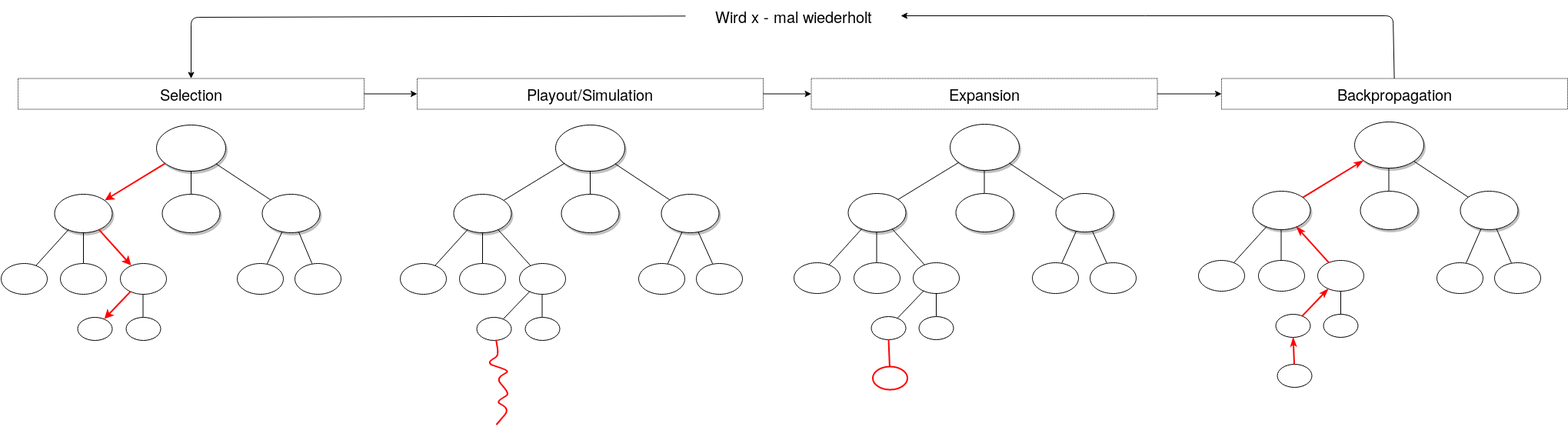
fnehmer/haw-is-assignment keeps this draw.io diagram as Präsentation/assets/mcts.png. Above is the earlier version. Source tidied: cells renumbered, new cells last; positions are measured from the earlier drawing's top-left corner, leaving out a move shared by most shapes.
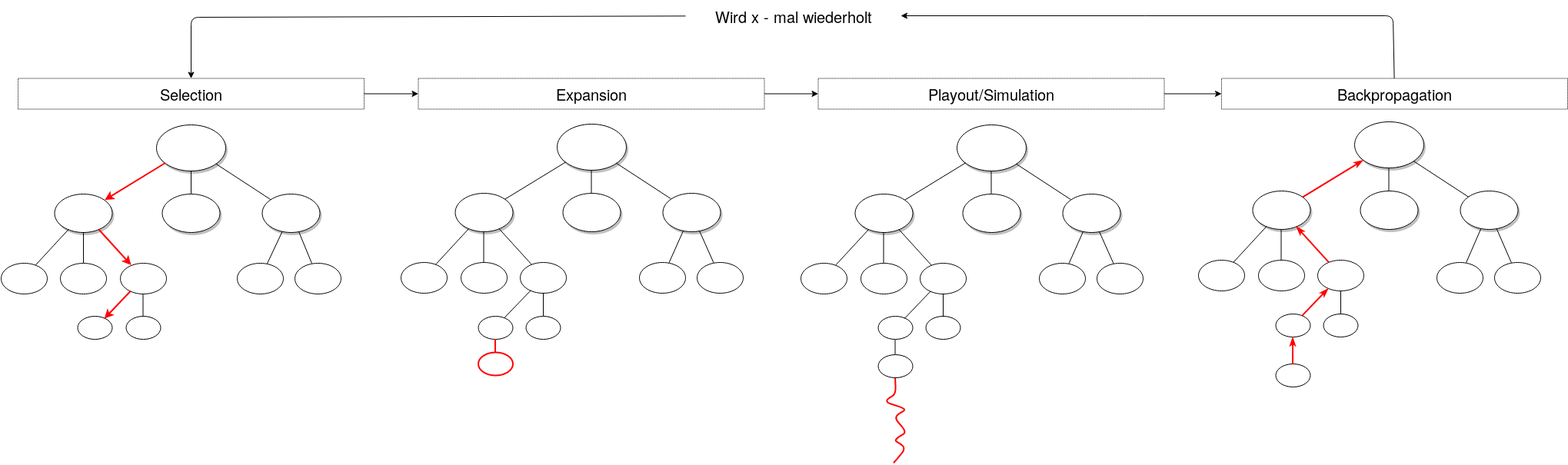
After the commit.

The edit, as a diff of the source:
```diff
@@ -66,16 +66,16 @@
       <mxGeometry relative="1" as="geometry" />
     </mxCell>
     <mxCell id="23" style="ellipse;whiteSpace=wrap;html=1;rounded=0;shadow=1;comic=0;labelBackgroundColor=none;strokeColor=#000000;strokeWidth=1;fillColor=#FFFFFF;fontFamily=Verdana;fontSize=12;fontColor=#000000;align=center;" parent="1" vertex="1">
-      <mxGeometry x="721" y="161.5" width="90" height="60" as="geometry" />
+      <mxGeometry x="1242.5" y="161.5" width="90" height="60" as="geometry" />
     </mxCell>
     <mxCell id="24" style="ellipse;whiteSpace=wrap;html=1;rounded=0;shadow=1;comic=0;labelBackgroundColor=none;strokeColor=#000000;strokeWidth=1;fillColor=#FFFFFF;fontFamily=Verdana;fontSize=12;fontColor=#000000;align=center;" parent="1" vertex="1">
-      <mxGeometry x="728.5" y="251.5" width="75" height="50" as="geometry" />
+      <mxGeometry x="1250" y="251.5" width="75" height="50" as="geometry" />
     </mxCell>
     <mxCell id="25" style="ellipse;whiteSpace=wrap;html=1;rounded=0;shadow=1;comic=0;labelBackgroundColor=none;strokeColor=#000000;strokeWidth=1;fillColor=#FFFFFF;fontFamily=Verdana;fontSize=12;fontColor=#000000;align=center;" parent="1" vertex="1">
-      <mxGeometry x="858.5" y="251.5" width="75" height="50" as="geometry" />
+      <mxGeometry x="1380" y="251.5" width="75" height="50" as="geometry" />
     </mxCell>
     <mxCell id="26" style="ellipse;whiteSpace=wrap;html=1;rounded=0;shadow=1;comic=0;labelBackgroundColor=none;strokeColor=#000000;strokeWidth=1;fillColor=#FFFFFF;fontFamily=Verdana;fontSize=12;fontColor=#000000;align=center;" parent="1" vertex="1">
-      <mxGeometry x="588.5" y="251.5" width="75" height="50" as="geometry" />
+      <mxGeometry x="1110" y="251.5" width="75" height="50" as="geometry" />
     </mxCell>
     <mxCell id="27" style="endArrow=none;html=1;" parent="1" edge="1" source="24" target="23">
       <mxGeometry relative="1" as="geometry" />
@@ -90,13 +90,13 @@
       <mxGeometry relative="1" as="geometry" />
     </mxCell>
     <mxCell id="31" style="ellipse;whiteSpace=wrap;html=1;" parent="1" vertex="1">
-      <mxGeometry x="673.5" y="341.5" width="60" height="40" as="geometry" />
+      <mxGeometry x="1195" y="341.5" width="60" height="40" as="geometry" />
     </mxCell>
     <mxCell id="32" style="ellipse;whiteSpace=wrap;html=1;" parent="1" vertex="1">
-      <mxGeometry x="518.5" y="341.5" width="60" height="40" as="geometry" />
+      <mxGeometry x="1040" y="341.5" width="60" height="40" as="geometry" />
     </mxCell>
     <mxCell id="33" style="ellipse;whiteSpace=wrap;html=1;" parent="1" vertex="1">
-      <mxGeometry x="596" y="341.5" width="60" height="40" as="geometry" />
+      <mxGeometry x="1117.5" y="341.5" width="60" height="40" as="geometry" />
     </mxCell>
     <mxCell id="34" style="endArrow=none;html=1;" parent="1" edge="1" source="26" target="33">
       <mxGeometry relative="1" as="geometry" />
@@ -105,10 +105,10 @@
       <mxGeometry relative="1" as="geometry" />
     </mxCell>
     <mxCell id="36" style="ellipse;whiteSpace=wrap;html=1;" parent="1" vertex="1">
-      <mxGeometry x="618.5" y="411.5" width="45" height="30" as="geometry" />
+      <mxGeometry x="1140" y="411.5" width="45" height="30" as="geometry" />
     </mxCell>
     <mxCell id="37" style="ellipse;whiteSpace=wrap;html=1;" parent="1" vertex="1">
-      <mxGeometry x="681" y="411.5" width="45" height="30" as="geometry" />
+      <mxGeometry x="1202.5" y="411.5" width="45" height="30" as="geometry" />
     </mxCell>
     <mxCell id="38" style="endArrow=none;html=1;endFill=0;" parent="1" edge="1" source="31" target="36">
       <mxGeometry relative="1" as="geometry" />
@@ -117,10 +117,10 @@
       <mxGeometry relative="1" as="geometry" />
     </mxCell>
     <mxCell id="40" style="ellipse;whiteSpace=wrap;html=1;" parent="1" vertex="1">
-      <mxGeometry x="828.5" y="341.5" width="60" height="40" as="geometry" />
+      <mxGeometry x="1350" y="341.5" width="60" height="40" as="geometry" />
     </mxCell>
     <mxCell id="41" style="ellipse;whiteSpace=wrap;html=1;" parent="1" vertex="1">
-      <mxGeometry x="903.5" y="341.5" width="60" height="40" as="geometry" />
+      <mxGeometry x="1425" y="341.5" width="60" height="40" as="geometry" />
     </mxCell>
     <mxCell id="42" style="endArrow=none;html=1;" parent="1" edge="1" source="40" target="25">
       <mxGeometry relative="1" as="geometry" />
@@ -129,16 +129,16 @@
       <mxGeometry relative="1" as="geometry" />
     </mxCell>
     <mxCell id="44" style="ellipse;whiteSpace=wrap;html=1;rounded=0;shadow=1;comic=0;labelBackgroundColor=none;strokeColor=#000000;strokeWidth=1;fillColor=#FFFFFF;fontFamily=Verdana;fontSize=12;fontColor=#000000;align=center;" parent="1" vertex="1">
-      <mxGeometry x="1233.5" y="160.5" width="90" height="60" as="geometry" />
+      <mxGeometry x="722.5" y="160.5" width="90" height="60" as="geometry" />
     </mxCell>
     <mxCell id="45" style="ellipse;whiteSpace=wrap;html=1;rounded=0;shadow=1;comic=0;labelBackgroundColor=none;strokeColor=#000000;strokeWidth=1;fillColor=#FFFFFF;fontFamily=Verdana;fontSize=12;fontColor=#000000;align=center;" parent="1" vertex="1">
-      <mxGeometry x="1241" y="250.5" width="75" height="50" as="geometry" />
+      <mxGeometry x="730" y="250.5" width="75" height="50" as="geometry" />
     </mxCell>
     <mxCell id="46" style="ellipse;whiteSpace=wrap;html=1;rounded=0;shadow=1;comic=0;labelBackgroundColor=none;strokeColor=#000000;strokeWidth=1;fillColor=#FFFFFF;fontFamily=Verdana;fontSize=12;fontColor=#000000;align=center;" parent="1" vertex="1">
-      <mxGeometry x="1371" y="250.5" width="75" height="50" as="geometry" />
+      <mxGeometry x="860" y="250.5" width="75" height="50" as="geometry" />
     </mxCell>
     <mxCell id="47" style="ellipse;whiteSpace=wrap;html=1;rounded=0;shadow=1;comic=0;labelBackgroundColor=none;strokeColor=#000000;strokeWidth=1;fillColor=#FFFFFF;fontFamily=Verdana;fontSize=12;fontColor=#000000;align=center;" parent="1" vertex="1">
-      <mxGeometry x="1101" y="250.5" width="75" height="50" as="geometry" />
+      <mxGeometry x="590" y="250.5" width="75" height="50" as="geometry" />
     </mxCell>
     <mxCell id="48" style="endArrow=none;html=1;" parent="1" edge="1" source="45" target="44">
       <mxGeometry relative="1" as="geometry" />
@@ -153,13 +153,13 @@
       <mxGeometry relative="1" as="geometry" />
     </mxCell>
     <mxCell id="52" style="ellipse;whiteSpace=wrap;html=1;" parent="1" vertex="1">
-      <mxGeometry x="1186" y="340.5" width="60" height="40" as="geometry" />
+      <mxGeometry x="675" y="340.5" width="60" height="40" as="geometry" />
     </mxCell>
     <mxCell id="53" style="ellipse;whiteSpace=wrap;html=1;" parent="1" vertex="1">
-      <mxGeometry x="1031" y="340.5" width="60" height="40" as="geometry" />
+      <mxGeometry x="520" y="340.5" width="60" height="40" as="geometry" />
     </mxCell>
     <mxCell id="54" style="ellipse;whiteSpace=wrap;html=1;" parent="1" vertex="1">
-      <mxGeometry x="1108.5" y="340.5" width="60" height="40" as="geometry" />
+      <mxGeometry x="597.5" y="340.5" width="60" height="40" as="geometry" />
     </mxCell>
     <mxCell id="55" style="endArrow=none;html=1;" parent="1" edge="1" source="47" target="54">
       <mxGeometry relative="1" as="geometry" />
@@ -168,10 +168,10 @@
       <mxGeometry relative="1" as="geometry" />
     </mxCell>
     <mxCell id="57" style="ellipse;whiteSpace=wrap;html=1;strokeColor=#000000;" parent="1" vertex="1">
-      <mxGeometry x="1131" y="410.5" width="45" height="30" as="geometry" />
+      <mxGeometry x="620" y="410.5" width="45" height="30" as="geometry" />
     </mxCell>
     <mxCell id="58" style="ellipse;whiteSpace=wrap;html=1;" parent="1" vertex="1">
-      <mxGeometry x="1193.5" y="410.5" width="45" height="30" as="geometry" />
+      <mxGeometry x="682.5" y="410.5" width="45" height="30" as="geometry" />
     </mxCell>
     <mxCell id="59" style="endArrow=none;html=1;endFill=0;" parent="1" edge="1" source="52" target="57">
       <mxGeometry relative="1" as="geometry" />
@@ -180,10 +180,10 @@
       <mxGeometry relative="1" as="geometry" />
     </mxCell>
     <mxCell id="61" style="ellipse;whiteSpace=wrap;html=1;" parent="1" vertex="1">
-      <mxGeometry x="1341" y="340.5" width="60" height="40" as="geometry" />
+      <mxGeometry x="830" y="340.5" width="60" height="40" as="geometry" />
     </mxCell>
     <mxCell id="62" style="ellipse;whiteSpace=wrap;html=1;" parent="1" vertex="1">
-      <mxGeometry x="1416" y="340.5" width="60" height="40" as="geometry" />
+      <mxGeometry x="905" y="340.5" width="60" height="40" as="geometry" />
     </mxCell>
     <mxCell id="63" style="endArrow=none;html=1;" parent="1" edge="1" source="61" target="46">
       <mxGeometry relative="1" as="geometry" />
@@ -191,22 +191,22 @@
     <mxCell id="64" style="endArrow=none;html=1;" parent="1" edge="1" source="62" target="46">
       <mxGeometry relative="1" as="geometry" />
     </mxCell>
-    <mxCell id="65" style="endArrow=none;html=1;strokeColor=#FF0000;strokeWidth=2;" parent="1" edge="1" target="36">
+    <mxCell id="65" style="endArrow=none;html=1;strokeColor=#FF0000;strokeWidth=2;" parent="1" edge="1" target="101">
       <mxGeometry relative="1" as="geometry">
-        <mxPoint x="644" y="551.5" as="sourcePoint" />
+        <mxPoint x="1160.5" y="601.8" as="sourcePoint" />
         <Array as="points">
-          <mxPoint x="661" y="531.5" />
-          <mxPoint x="644" y="521.5" />
-          <mxPoint x="661" y="511.5" />
-          <mxPoint x="644" y="491.5" />
-          <mxPoint x="661" y="481.5" />
-          <mxPoint x="631" y="471.5" />
-          <mxPoint x="647" y="461.5" />
+          <mxPoint x="1177.5" y="581.8" />
+          <mxPoint x="1160.5" y="571.8" />
+          <mxPoint x="1177.5" y="561.8" />
+          <mxPoint x="1160.5" y="541.8" />
+          <mxPoint x="1177.5" y="531.8" />
+          <mxPoint x="1147.5" y="521.8" />
+          <mxPoint x="1163.5" y="511.8" />
         </Array>
       </mxGeometry>
     </mxCell>
     <mxCell id="66" style="ellipse;whiteSpace=wrap;html=1;strokeColor=#FF0000;strokeWidth=2;" parent="1" vertex="1">
-      <mxGeometry x="1133.5" y="475.5" width="45" height="30" as="geometry" />
+      <mxGeometry x="620" y="458" width="45" height="30" as="geometry" />
     </mxCell>
     <mxCell id="67" style="endArrow=none;html=1;strokeColor=#FF0000;strokeWidth=2;" parent="1" edge="1" source="66" target="57">
       <mxGeometry relative="1" as="geometry" />
@@ -275,7 +275,7 @@
       <mxGeometry relative="1" as="geometry" />
     </mxCell>
     <mxCell id="89" style="ellipse;whiteSpace=wrap;html=1;strokeColor=#000000;" parent="1" vertex="1">
-      <mxGeometry x="1659.5" y="473" width="45" height="30" as="geometry" />
+      <mxGeometry x="1657" y="473" width="45" height="30" as="geometry" />
     </mxCell>
     <mxCell id="90" style="endArrow=none;html=1;strokeColor=#FF0000;startArrow=classicThin;startFill=1;strokeWidth=2;" parent="1" edge="1" source="81" target="89">
       <mxGeometry relative="1" as="geometry" />
@@ -284,21 +284,21 @@
       <mxGeometry x="22" y="101.5" width="450" height="40" as="geometry" />
     </mxCell>
     <mxCell id="92" value="&lt;font style=&quot;font-size: 20px&quot;&gt;Playout/Simulation&lt;/font&gt;" style="text;html=1;align=center;verticalAlign=middle;whiteSpace=wrap;rounded=0;strokeWidth=1;glass=0;comic=0;strokeColor=#000000;dashed=1;dashPattern=1 1;fillColor=#ffffff;" parent="1" vertex="1">
-      <mxGeometry x="541" y="101.5" width="450" height="40" as="geometry" />
+      <mxGeometry x="1062.5" y="101.5" width="450" height="40" as="geometry" />
     </mxCell>
     <mxCell id="93" value="&lt;font style=&quot;font-size: 20px&quot;&gt;Expansion&lt;/font&gt;" style="text;html=1;align=center;verticalAlign=middle;whiteSpace=wrap;rounded=0;strokeWidth=1;glass=0;comic=0;strokeColor=#000000;dashed=1;dashPattern=1 1;fillColor=#ffffff;" parent="1" vertex="1">
-      <mxGeometry x="1053.5" y="101.5" width="450" height="40" as="geometry" />
+      <mxGeometry x="542.5" y="101.5" width="450" height="40" as="geometry" />
     </mxCell>
     <mxCell id="94" value="&lt;div style=&quot;font-size: 20px&quot;&gt;&lt;font style=&quot;font-size: 20px&quot;&gt;Backpropagation&lt;/font&gt;&lt;/div&gt;" style="text;html=1;align=center;verticalAlign=middle;whiteSpace=wrap;rounded=0;strokeWidth=1;glass=0;comic=0;strokeColor=#000000;dashed=1;dashPattern=1 1;fillColor=#ffffff;" parent="1" vertex="1">
       <mxGeometry x="1587" y="101.5" width="450" height="40" as="geometry" />
     </mxCell>
-    <mxCell id="95" style="endArrow=classic;html=1;strokeColor=#000000;strokeWidth=1;" parent="1" edge="1" source="91" target="92">
+    <mxCell id="95" style="endArrow=classic;html=1;strokeColor=#000000;strokeWidth=1;" parent="1" edge="1" source="91" target="93">
       <mxGeometry relative="1" as="geometry" />
     </mxCell>
-    <mxCell id="96" style="endArrow=classic;html=1;strokeColor=#000000;strokeWidth=1;" parent="1" edge="1" source="92" target="93">
+    <mxCell id="96" style="endArrow=classic;html=1;strokeColor=#000000;strokeWidth=1;" parent="1" edge="1" source="92" target="94">
       <mxGeometry relative="1" as="geometry" />
     </mxCell>
-    <mxCell id="97" style="endArrow=classic;html=1;strokeColor=#000000;strokeWidth=1;" parent="1" edge="1" source="93" target="94">
+    <mxCell id="97" style="endArrow=classic;html=1;strokeColor=#000000;strokeWidth=1;" parent="1" edge="1" source="93" target="92">
       <mxGeometry relative="1" as="geometry" />
     </mxCell>
     <mxCell id="98" value="&lt;font style=&quot;font-size: 20px&quot;&gt;Wird x - mal wiederholt&lt;/font&gt;" style="text;html=1;strokeColor=none;fillColor=none;align=center;verticalAlign=middle;whiteSpace=wrap;rounded=0;glass=0;dashed=1;dashPattern=1 1;comic=0;" parent="1" vertex="1">
@@ -318,5 +318,11 @@
         </Array>
       </mxGeometry>
     </mxCell>
+    <mxCell id="101" style="ellipse;whiteSpace=wrap;html=1;strokeColor=#000000;strokeWidth=1;" parent="1" vertex="1">
+      <mxGeometry x="1140" y="460.5" width="45" height="30" as="geometry" />
+    </mxCell>
+    <mxCell id="102" style="endArrow=none;html=1;strokeColor=#000000;strokeWidth=1;" parent="1" edge="1" source="101" target="36">
+      <mxGeometry relative="1" as="geometry" />
+    </mxCell>
   </root>
 </mxGraphModel>
```
